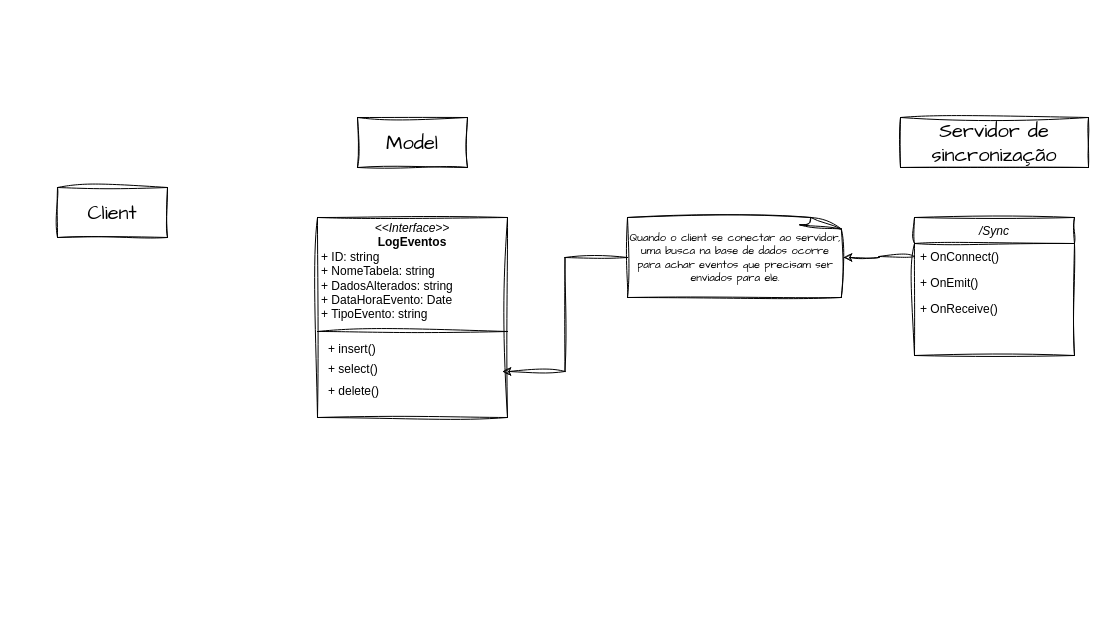
Above: Pulsar Sync.drawio in Vusmonth/uml (draw.io), before the change. Source tidied: cells renumbered, new cells numbered last; positions are measured from the earlier drawing's top-left corner, leaving out a move shared by most shapes. Both pictures are drawn from the tidied source at 100%, with x=0, y=0 at pixel (57, 117).
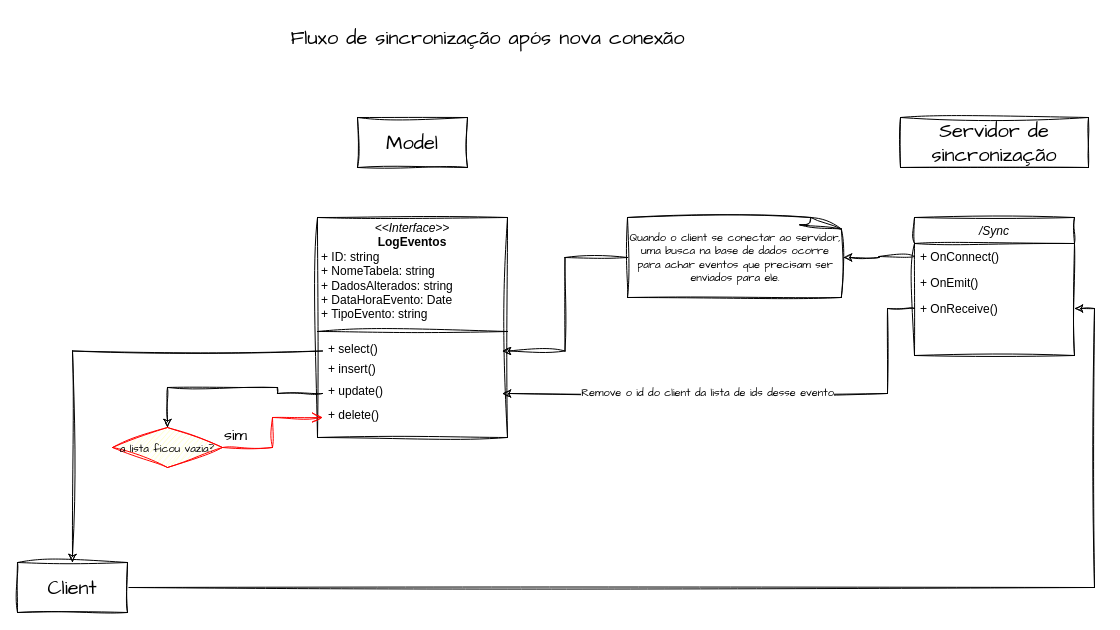
After the change.

Unchanged cells that the change refers to:
```xml
<mxCell id="8" value="+ OnReceive()" style="text;align=left;verticalAlign=top;spacingLeft=4;spacingRight=4;overflow=hidden;points=[[0,0.5],[1,0.5]];portConstraint=eastwest;sketch=1;curveFitting=1;jiggle=2;" parent="5" vertex="1">
  <mxGeometry y="78" width="160" height="26" as="geometry" />
</mxCell>
```

What changed in the source:
```diff
@@
+    <mxCell id="17" style="edgeStyle=orthogonalEdgeStyle;rounded=0;sketch=1;hachureGap=4;jiggle=2;curveFitting=1;jettySize=auto;html=1;exitX=1;exitY=0.5;exitDx=0;exitDy=0;entryX=1;entryY=0.5;entryDx=0;entryDy=0;fontFamily=Architects Daughter;fontSize=16;" parent="1" edge="1" source="2" target="8">
+      <mxGeometry relative="1" as="geometry" />
+    </mxCell>
     <mxCell id="2" value="Client" style="html=1;whiteSpace=wrap;sketch=1;hachureGap=4;jiggle=2;curveFitting=1;fontFamily=Architects Daughter;fontSize=20;" parent="1" vertex="1">
-      <mxGeometry y="70" width="110" height="50" as="geometry" />
+      <mxGeometry x="-40" y="445" width="110" height="50" as="geometry" />
     </mxCell>
@@
     <mxCell id="11" value="&lt;p style=&quot;margin:0px;margin-top:4px;text-align:center;&quot;&gt;&lt;i&gt;&amp;lt;&amp;lt;Interface&amp;gt;&amp;gt;&lt;/i&gt;&lt;br&gt;&lt;/p&gt;&lt;div style=&quot;text-align: center;&quot;&gt;&lt;b&gt;LogEventos&lt;/b&gt;&lt;/div&gt;&lt;p style=&quot;margin:0px;margin-left:4px;&quot;&gt;+ ID: string&lt;/p&gt;&lt;p style=&quot;margin:0px;margin-left:4px;&quot;&gt;+ NomeTabela: string&lt;/p&gt;&lt;p style=&quot;margin:0px;margin-left:4px;&quot;&gt;+ DadosAlterados: string&lt;/p&gt;&lt;p style=&quot;margin:0px;margin-left:4px;&quot;&gt;+ DataHoraEvento: Date&lt;/p&gt;&lt;p style=&quot;margin:0px;margin-left:4px;&quot;&gt;+ TipoEvento: string&lt;/p&gt;&lt;p style=&quot;margin:0px;margin-left:4px;&quot;&gt;&lt;br&gt;&lt;/p&gt;" style="verticalAlign=top;align=left;overflow=fill;fontSize=12;fontFamily=Helvetica;html=1;whiteSpace=wrap;sketch=1;hachureGap=4;jiggle=2;curveFitting=1;" parent="1" vertex="1">
-      <mxGeometry x="260" y="100" width="190" height="200" as="geometry" />
+      <mxGeometry x="260" y="100" width="190" height="220" as="geometry" />
     </mxCell>
@@
     <mxCell id="14" value="+ insert()" style="text;align=left;verticalAlign=top;spacingLeft=4;spacingRight=4;overflow=hidden;sketch=1;curveFitting=1;jiggle=2;" parent="1" vertex="1">
-      <mxGeometry x="265" y="218" width="180" height="32" as="geometry" />
+      <mxGeometry x="265" y="238" width="180" height="32" as="geometry" />
     </mxCell>
+    <mxCell id="18" style="edgeStyle=orthogonalEdgeStyle;rounded=0;sketch=1;hachureGap=4;jiggle=2;curveFitting=1;jettySize=auto;html=1;entryX=0.5;entryY=0;entryDx=0;entryDy=0;fontFamily=Architects Daughter;fontSize=16;" parent="1" edge="1" source="15" target="2">
+      <mxGeometry relative="1" as="geometry" />
+    </mxCell>
     <mxCell id="15" value="+ select()" style="text;align=left;verticalAlign=top;spacingLeft=4;spacingRight=4;overflow=hidden;points=[[0,0.5],[1,0.5]];portConstraint=eastwest;sketch=1;curveFitting=1;jiggle=2;" parent="1" vertex="1">
-      <mxGeometry x="265" y="238" width="180" height="32" as="geometry" />
+      <mxGeometry x="265" y="218" width="180" height="31" as="geometry" />
     </mxCell>
+    <mxCell id="19" style="edgeStyle=orthogonalEdgeStyle;rounded=0;sketch=1;hachureGap=4;jiggle=2;curveFitting=1;jettySize=auto;html=1;entryX=0.5;entryY=0;entryDx=0;entryDy=0;fontFamily=Architects Daughter;fontSize=16;" parent="1" edge="1" source="16" target="23">
+      <mxGeometry relative="1" as="geometry">
+        <Array as="points">
+          <mxPoint x="220" y="276" />
+          <mxPoint x="220" y="270" />
+          <mxPoint x="110" y="270" />
+        </Array>
+      </mxGeometry>
+    </mxCell>
-    <mxCell id="16" value="+ delete()" style="text;align=left;verticalAlign=top;spacingLeft=4;spacingRight=4;overflow=hidden;points=[[0,0.5],[1,0.5]];portConstraint=eastwest;sketch=1;curveFitting=1;jiggle=2;" parent="1" vertex="1">
+    <mxCell id="16" value="+ update()" style="text;align=left;verticalAlign=top;spacingLeft=4;spacingRight=4;overflow=hidden;points=[[0,0.5],[1,0.5]];portConstraint=eastwest;sketch=1;curveFitting=1;jiggle=2;" parent="1" vertex="1">
       <mxGeometry x="265" y="260" width="180" height="32" as="geometry" />
     </mxCell>
+    <mxCell id="20" style="edgeStyle=orthogonalEdgeStyle;rounded=0;sketch=1;hachureGap=4;jiggle=2;curveFitting=1;jettySize=auto;html=1;exitX=0;exitY=0.5;exitDx=0;exitDy=0;entryX=1;entryY=0.5;entryDx=0;entryDy=0;fontFamily=Architects Daughter;fontSize=16;" parent="1" edge="1" source="8" target="16">
+      <mxGeometry relative="1" as="geometry">
+        <Array as="points">
+          <mxPoint x="830" y="191" />
+          <mxPoint x="830" y="276" />
+        </Array>
+      </mxGeometry>
+    </mxCell>
+    <mxCell id="21" value="&lt;font style=&quot;font-size: 11px;&quot;&gt;Remove o id do client da lista de ids desse evento&lt;/font&gt;" style="edgeLabel;html=1;align=center;verticalAlign=middle;fontSize=20;fontFamily=Architects Daughter;" parent="20" vertex="1">
+      <mxGeometry x="0.19" relative="1" as="geometry">
+        <mxPoint x="3" y="-5" as="offset" />
+      </mxGeometry>
+    </mxCell>
+    <mxCell id="22" value="+ delete()" style="text;align=left;verticalAlign=top;spacingLeft=4;spacingRight=4;overflow=hidden;points=[[0,0.5],[1,0.5]];portConstraint=eastwest;sketch=1;curveFitting=1;jiggle=2;" parent="1" vertex="1">
+      <mxGeometry x="265" y="284" width="180" height="32" as="geometry" />
+    </mxCell>
+    <mxCell id="23" value="&lt;p style=&quot;line-height: 10%;&quot;&gt;&lt;font style=&quot;font-size: 11px;&quot;&gt;a lista ficou vazia?&lt;/font&gt;&lt;/p&gt;" style="rhombus;whiteSpace=wrap;html=1;fontColor=#000000;fillColor=#ffffc0;strokeColor=#ff0000;sketch=1;hachureGap=4;jiggle=2;curveFitting=1;fontFamily=Architects Daughter;fontSize=20;" parent="1" vertex="1">
+      <mxGeometry x="55" y="310" width="110" height="40" as="geometry" />
+    </mxCell>
+    <mxCell id="24" value="sim" style="edgeStyle=orthogonalEdgeStyle;html=1;align=left;verticalAlign=bottom;endArrow=open;endSize=8;strokeColor=#ff0000;rounded=0;sketch=1;hachureGap=4;jiggle=2;curveFitting=1;fontFamily=Architects Daughter;fontSize=16;" parent="1" edge="1" source="23" target="22">
+      <mxGeometry x="-1" relative="1" as="geometry" />
+    </mxCell>
+    <mxCell id="25" value="Fluxo de sincronização após nova conexão" style="text;html=1;align=center;verticalAlign=middle;strokeColor=none;fillColor=none;fontSize=20;fontFamily=Architects Daughter;" parent="1" vertex="1">
+      <mxGeometry x="220" y="-100" width="420" height="40" as="geometry" />
+    </mxCell>
```
